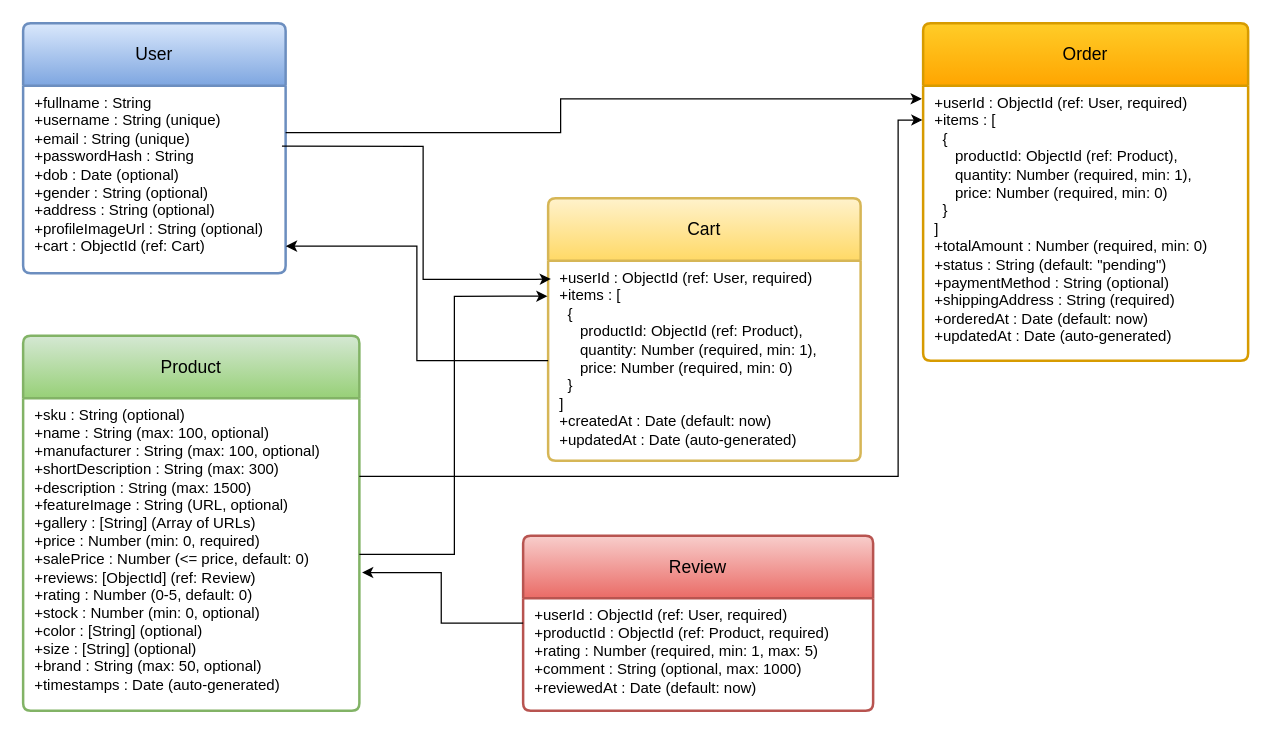
Above: Data Design.drawio in MuhammadHaris00/Diagrams (draw.io), before the change. Source tidied: cells renumbered, new cells numbered last; positions are measured from the earlier drawing's top-left corner, leaving out a move shared by most shapes. Both pictures are drawn from the tidied source at 125%, with x=0, y=0 at pixel (22, 22).
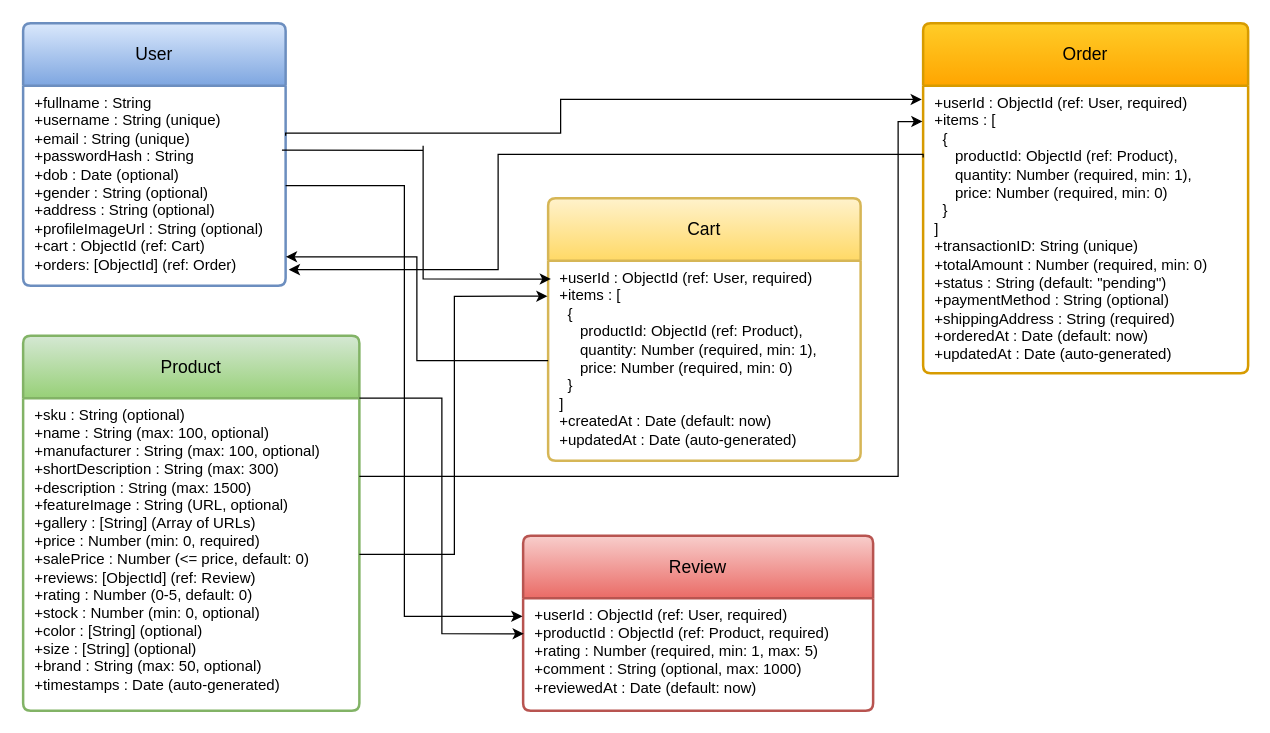
After the change.

Unchanged cells that the change refers to:
```xml
<mxCell id="5" value="&lt;div&gt;&amp;nbsp;+sku : String (optional)&amp;nbsp; &amp;nbsp; &amp;nbsp; &amp;nbsp; &amp;nbsp; &amp;nbsp; &amp;nbsp; &amp;nbsp; &amp;nbsp; &amp;nbsp;&lt;/div&gt;&lt;div&gt;&amp;nbsp;+name : String (max: 100, optional)&amp;nbsp; &amp;nbsp; &amp;nbsp; &amp;nbsp;&amp;nbsp;&lt;/div&gt;&lt;div&gt;&amp;nbsp;+manufacturer : String (max: 100, optional)&lt;/div&gt;&lt;div&gt;&amp;nbsp;+shortDescription : String (max: 300)&amp;nbsp; &amp;nbsp; &amp;nbsp;&amp;nbsp;&lt;/div&gt;&lt;div&gt;&amp;nbsp;+description : String (max: 1500)&amp;nbsp; &amp;nbsp; &amp;nbsp; &amp;nbsp; &amp;nbsp;&amp;nbsp;&lt;/div&gt;&lt;div&gt;&amp;nbsp;+featureImage : String (URL, optional)&amp;nbsp; &amp;nbsp; &amp;nbsp;&lt;/div&gt;&lt;div&gt;&amp;nbsp;+gallery : [String] (Array of URLs)&amp;nbsp; &amp;nbsp; &amp;nbsp; &amp;nbsp;&amp;nbsp;&lt;/div&gt;&lt;div&gt;&amp;nbsp;+price : Number (min: 0, required)&amp;nbsp; &amp;nbsp; &amp;nbsp; &amp;nbsp; &amp;nbsp;&lt;/div&gt;&lt;div&gt;&amp;nbsp;+salePrice : Number (&amp;lt;= price, default: 0)&amp;nbsp;&lt;/div&gt;&lt;div&gt;&amp;nbsp;+reviews: [ObjectId] (ref: Review)&amp;nbsp; &amp;nbsp;&lt;/div&gt;&lt;div&gt;&amp;nbsp;+rating : Number (0-5, default: 0)&amp;nbsp; &amp;nbsp; &amp;nbsp; &amp;nbsp; &amp;nbsp;&lt;/div&gt;&lt;div&gt;&amp;nbsp;+stock : Number (min: 0, optional)&amp;nbsp; &amp;nbsp; &amp;nbsp; &amp;nbsp; &amp;nbsp;&lt;/div&gt;&lt;div&gt;&amp;nbsp;+color : [String] (optional)&amp;nbsp; &amp;nbsp; &amp;nbsp; &amp;nbsp; &amp;nbsp; &amp;nbsp; &amp;nbsp; &amp;nbsp;&lt;/div&gt;&lt;div&gt;&amp;nbsp;+size : [String] (optional)&amp;nbsp; &amp;nbsp; &amp;nbsp; &amp;nbsp; &amp;nbsp; &amp;nbsp; &amp;nbsp; &amp;nbsp;&amp;nbsp;&lt;/div&gt;&lt;div&gt;&amp;nbsp;+brand : String (max: 50, optional)&amp;nbsp; &amp;nbsp; &amp;nbsp; &amp;nbsp;&amp;nbsp;&lt;/div&gt;&lt;div&gt;&amp;nbsp;+timestamps : Date (auto-generated)&amp;nbsp;&lt;/div&gt;" style="align=left;strokeColor=none;fillColor=none;spacingLeft=4;spacingRight=4;fontSize=12;verticalAlign=top;html=1;whiteSpace=wrap;" parent="4" vertex="1">
  <mxGeometry y="50" width="269" height="250" as="geometry" />
</mxCell>
<mxCell id="8" value="Review" style="swimlane;horizontal=1;startSize=50;rounded=1;fontSize=14;fontStyle=0;strokeWidth=2;shadow=0;dashed=0;align=center;arcSize=4;whiteSpace=wrap;html=1;fillColor=#f8cecc;gradientColor=#ea6b66;strokeColor=#b85450;" parent="1" vertex="1">
  <mxGeometry x="400" y="410" width="280" height="140" as="geometry" />
</mxCell>
<mxCell id="9" value="&lt;div&gt;&amp;nbsp;+userId : ObjectId (ref: User, required)&amp;nbsp; &amp;nbsp; &amp;nbsp; &amp;nbsp; &amp;nbsp;&lt;/div&gt;&lt;div&gt;&amp;nbsp;+productId : ObjectId (ref: Product, required)&amp;nbsp; &amp;nbsp;&lt;/div&gt;&lt;div&gt;&amp;nbsp;+rating : Number (required, min: 1, max: 5)&amp;nbsp; &amp;nbsp; &amp;nbsp;&amp;nbsp;&lt;/div&gt;&lt;div&gt;&amp;nbsp;+comment : String (optional, max: 1000)&amp;nbsp; &amp;nbsp; &amp;nbsp; &amp;nbsp; &amp;nbsp;&lt;/div&gt;&lt;div&gt;&amp;nbsp;+reviewedAt : Date (default: now)&amp;nbsp; &amp;nbsp; &amp;nbsp;&lt;/div&gt;" style="align=left;strokeColor=none;fillColor=none;spacingLeft=4;spacingRight=4;fontSize=12;verticalAlign=top;html=1;whiteSpace=wrap;" parent="8" vertex="1">
  <mxGeometry y="50" width="280" height="90" as="geometry" />
</mxCell>
```

Change to the diagram source:
```diff
@@
     <mxCell id="2" value="User" style="swimlane;horizontal=1;startSize=50;rounded=1;fontSize=14;fontStyle=0;strokeWidth=2;shadow=0;dashed=0;align=center;arcSize=4;whiteSpace=wrap;html=1;fillColor=#dae8fc;gradientColor=#7ea6e0;strokeColor=#6c8ebf;" parent="1" vertex="1">
-      <mxGeometry width="210" height="200" as="geometry" />
+      <mxGeometry width="210" height="210" as="geometry" />
     </mxCell>
-    <mxCell id="3" value="&lt;div&gt;&amp;nbsp;+fullname : String&amp;nbsp; &amp;nbsp; &amp;nbsp; &amp;nbsp; &amp;nbsp; &amp;nbsp;&amp;nbsp;&lt;/div&gt;&lt;div&gt;&amp;nbsp;+username : String (unique)&amp;nbsp; &amp;nbsp;&lt;/div&gt;&lt;div&gt;&amp;nbsp;+email : String (unique)&amp;nbsp; &amp;nbsp; &amp;nbsp;&amp;nbsp;&lt;/div&gt;&lt;div&gt;&amp;nbsp;+passwordHash : String&amp;nbsp; &amp;nbsp; &amp;nbsp; &amp;nbsp;&amp;nbsp;&lt;/div&gt;&lt;div&gt;&amp;nbsp;+dob : Date (optional)&amp;nbsp; &amp;nbsp; &amp;nbsp; &amp;nbsp;&amp;nbsp;&lt;/div&gt;&lt;div&gt;&amp;nbsp;+gender : String (optional)&amp;nbsp; &amp;nbsp;&lt;/div&gt;&lt;div&gt;&amp;nbsp;+address : String (optional)&amp;nbsp;&amp;nbsp;&lt;/div&gt;&lt;div&gt;&amp;nbsp;+profileImageUrl : String (optional)&amp;nbsp;&lt;/div&gt;&lt;div&gt;&amp;nbsp;+cart : ObjectId (ref: Cart)&amp;nbsp;&lt;/div&gt;" style="align=left;strokeColor=none;fillColor=none;spacingLeft=4;spacingRight=4;fontSize=12;verticalAlign=top;html=1;whiteSpace=wrap;" parent="2" vertex="1">
-      <mxGeometry y="50" width="210" height="150" as="geometry" />
+    <mxCell id="3" value="&lt;div&gt;&amp;nbsp;+fullname : String&amp;nbsp; &amp;nbsp; &amp;nbsp; &amp;nbsp; &amp;nbsp; &amp;nbsp;&amp;nbsp;&lt;/div&gt;&lt;div&gt;&amp;nbsp;+username : String (unique)&amp;nbsp; &amp;nbsp;&lt;/div&gt;&lt;div&gt;&amp;nbsp;+email : String (unique)&amp;nbsp; &amp;nbsp; &amp;nbsp;&amp;nbsp;&lt;/div&gt;&lt;div&gt;&amp;nbsp;+passwordHash : String&amp;nbsp; &amp;nbsp; &amp;nbsp; &amp;nbsp;&amp;nbsp;&lt;/div&gt;&lt;div&gt;&amp;nbsp;+dob : Date (optional)&amp;nbsp; &amp;nbsp; &amp;nbsp; &amp;nbsp;&amp;nbsp;&lt;/div&gt;&lt;div&gt;&amp;nbsp;+gender : String (optional)&amp;nbsp; &amp;nbsp;&lt;/div&gt;&lt;div&gt;&amp;nbsp;+address : String (optional)&amp;nbsp;&amp;nbsp;&lt;/div&gt;&lt;div&gt;&amp;nbsp;+profileImageUrl : String (optional)&amp;nbsp;&lt;/div&gt;&lt;div&gt;&amp;nbsp;+cart : ObjectId (ref: Cart)&amp;nbsp;&lt;/div&gt;&lt;div&gt;&amp;nbsp;+orders: [ObjectId] (ref: Order)&lt;/div&gt;" style="align=left;strokeColor=none;fillColor=none;spacingLeft=4;spacingRight=4;fontSize=12;verticalAlign=top;html=1;whiteSpace=wrap;" parent="2" vertex="1">
+      <mxGeometry y="50" width="210" height="160" as="geometry" />
     </mxCell>
@@
     <mxCell id="6" value="Order" style="swimlane;horizontal=1;startSize=50;rounded=1;fontSize=14;fontStyle=0;strokeWidth=2;shadow=0;dashed=0;align=center;arcSize=4;whiteSpace=wrap;html=1;fillColor=#ffcd28;gradientColor=#ffa500;strokeColor=#d79b00;" parent="1" vertex="1">
-      <mxGeometry x="720" width="260" height="270" as="geometry" />
+      <mxGeometry x="720" width="260" height="280" as="geometry" />
     </mxCell>
-    <mxCell id="7" value="&lt;div&gt;&amp;nbsp;+userId : ObjectId (ref: User, required)&amp;nbsp; &amp;nbsp; &amp;nbsp; &amp;nbsp; &amp;nbsp;&lt;/div&gt;&lt;div&gt;&amp;nbsp;&lt;span style=&quot;background-color: transparent;&quot;&gt;+items : [&amp;nbsp; &amp;nbsp; &amp;nbsp; &amp;nbsp; &amp;nbsp; &amp;nbsp; &amp;nbsp; &amp;nbsp; &amp;nbsp; &amp;nbsp; &amp;nbsp; &amp;nbsp; &amp;nbsp; &amp;nbsp; &amp;nbsp; &amp;nbsp; &amp;nbsp; &amp;nbsp; &amp;nbsp; &amp;nbsp;&lt;/span&gt;&lt;/div&gt;&lt;div&gt;&amp;nbsp; &amp;nbsp;{&amp;nbsp; &amp;nbsp; &amp;nbsp; &amp;nbsp; &amp;nbsp; &amp;nbsp; &amp;nbsp; &amp;nbsp; &amp;nbsp; &amp;nbsp; &amp;nbsp; &amp;nbsp; &amp;nbsp; &amp;nbsp; &amp;nbsp; &amp;nbsp; &amp;nbsp; &amp;nbsp; &amp;nbsp; &amp;nbsp; &amp;nbsp; &amp;nbsp; &amp;nbsp;&lt;/div&gt;&lt;div&gt;&amp;nbsp; &amp;nbsp; &amp;nbsp; productId: ObjectId (ref: Product),&amp;nbsp; &amp;nbsp; &amp;nbsp; &amp;nbsp;&amp;nbsp;&lt;/div&gt;&lt;div&gt;&amp;nbsp; &amp;nbsp; &amp;nbsp; quantity: Number (required, min: 1),&amp;nbsp; &amp;nbsp; &amp;nbsp; &amp;nbsp;&lt;/div&gt;&lt;div&gt;&amp;nbsp; &amp;nbsp; &amp;nbsp; price: Number (required, min: 0)&amp;nbsp; &amp;nbsp; &amp;nbsp; &amp;nbsp; &amp;nbsp; &amp;nbsp;&lt;/div&gt;&lt;div&gt;&amp;nbsp; &amp;nbsp;}&amp;nbsp; &amp;nbsp; &amp;nbsp; &amp;nbsp; &amp;nbsp; &amp;nbsp; &amp;nbsp; &amp;nbsp; &amp;nbsp; &amp;nbsp; &amp;nbsp; &amp;nbsp; &amp;nbsp; &amp;nbsp; &amp;nbsp; &amp;nbsp; &amp;nbsp; &amp;nbsp; &amp;nbsp; &amp;nbsp; &amp;nbsp; &amp;nbsp; &amp;nbsp;&lt;/div&gt;&lt;div&gt;&amp;nbsp;]&amp;nbsp;&lt;/div&gt;&lt;div&gt;&amp;nbsp;+totalAmount : Number (required, min: 0)&amp;nbsp; &amp;nbsp; &amp;nbsp; &amp;nbsp;&amp;nbsp;&lt;/div&gt;&lt;div&gt;&amp;nbsp;+status : String (default: &quot;pending&quot;)&amp;nbsp; &amp;nbsp; &amp;nbsp; &amp;nbsp; &amp;nbsp; &amp;nbsp;&lt;/div&gt;&lt;div&gt;&amp;nbsp;+paymentMethod : String (optional)&amp;nbsp; &amp;nbsp; &amp;nbsp; &amp;nbsp; &amp;nbsp; &amp;nbsp; &amp;nbsp;&amp;nbsp;&lt;/div&gt;&lt;div&gt;&amp;nbsp;+shippingAddress : String (required)&amp;nbsp; &amp;nbsp; &amp;nbsp; &amp;nbsp; &amp;nbsp; &amp;nbsp;&amp;nbsp;&lt;/div&gt;&lt;div&gt;&amp;nbsp;+orderedAt : Date (default: now)&amp;nbsp; &amp;nbsp; &amp;nbsp; &amp;nbsp; &amp;nbsp; &amp;nbsp; &amp;nbsp; &amp;nbsp;&amp;nbsp;&lt;/div&gt;&lt;div&gt;&amp;nbsp;+updatedAt : Date (auto-generated)&amp;nbsp;&lt;/div&gt;" style="align=left;strokeColor=none;fillColor=none;spacingLeft=4;spacingRight=4;fontSize=12;verticalAlign=top;html=1;whiteSpace=wrap;" parent="6" vertex="1">
-      <mxGeometry y="50" width="260" height="220" as="geometry" />
+    <mxCell id="7" value="&lt;div&gt;&amp;nbsp;+userId : ObjectId (ref: User, required)&amp;nbsp; &amp;nbsp; &amp;nbsp; &amp;nbsp; &amp;nbsp;&lt;/div&gt;&lt;div&gt;&amp;nbsp;&lt;span style=&quot;background-color: transparent;&quot;&gt;+items : [&amp;nbsp; &amp;nbsp; &amp;nbsp; &amp;nbsp; &amp;nbsp; &amp;nbsp; &amp;nbsp; &amp;nbsp; &amp;nbsp; &amp;nbsp; &amp;nbsp; &amp;nbsp; &amp;nbsp; &amp;nbsp; &amp;nbsp; &amp;nbsp; &amp;nbsp; &amp;nbsp; &amp;nbsp; &amp;nbsp;&lt;/span&gt;&lt;/div&gt;&lt;div&gt;&amp;nbsp; &amp;nbsp;{&amp;nbsp; &amp;nbsp; &amp;nbsp; &amp;nbsp; &amp;nbsp; &amp;nbsp; &amp;nbsp; &amp;nbsp; &amp;nbsp; &amp;nbsp; &amp;nbsp; &amp;nbsp; &amp;nbsp; &amp;nbsp; &amp;nbsp; &amp;nbsp; &amp;nbsp; &amp;nbsp; &amp;nbsp; &amp;nbsp; &amp;nbsp; &amp;nbsp; &amp;nbsp;&lt;/div&gt;&lt;div&gt;&amp;nbsp; &amp;nbsp; &amp;nbsp; productId: ObjectId (ref: Product),&amp;nbsp; &amp;nbsp; &amp;nbsp; &amp;nbsp;&amp;nbsp;&lt;/div&gt;&lt;div&gt;&amp;nbsp; &amp;nbsp; &amp;nbsp; quantity: Number (required, min: 1),&amp;nbsp; &amp;nbsp; &amp;nbsp; &amp;nbsp;&lt;/div&gt;&lt;div&gt;&amp;nbsp; &amp;nbsp; &amp;nbsp; price: Number (required, min: 0)&amp;nbsp; &amp;nbsp; &amp;nbsp; &amp;nbsp; &amp;nbsp; &amp;nbsp;&lt;/div&gt;&lt;div&gt;&amp;nbsp; &amp;nbsp;}&amp;nbsp; &amp;nbsp; &amp;nbsp; &amp;nbsp; &amp;nbsp; &amp;nbsp; &amp;nbsp; &amp;nbsp; &amp;nbsp; &amp;nbsp; &amp;nbsp; &amp;nbsp; &amp;nbsp; &amp;nbsp; &amp;nbsp; &amp;nbsp; &amp;nbsp; &amp;nbsp; &amp;nbsp; &amp;nbsp; &amp;nbsp; &amp;nbsp; &amp;nbsp;&lt;/div&gt;&lt;div&gt;&amp;nbsp;]&amp;nbsp;&lt;/div&gt;&lt;div&gt;&amp;nbsp;+transactionID: String (unique)&lt;/div&gt;&lt;div&gt;&amp;nbsp;+totalAmount : Number (required, min: 0)&amp;nbsp; &amp;nbsp; &amp;nbsp; &amp;nbsp;&amp;nbsp;&lt;/div&gt;&lt;div&gt;&amp;nbsp;+status : String (default: &quot;pending&quot;)&amp;nbsp; &amp;nbsp; &amp;nbsp; &amp;nbsp; &amp;nbsp; &amp;nbsp;&lt;/div&gt;&lt;div&gt;&amp;nbsp;+paymentMethod : String (optional)&amp;nbsp; &amp;nbsp; &amp;nbsp; &amp;nbsp; &amp;nbsp; &amp;nbsp; &amp;nbsp;&amp;nbsp;&lt;/div&gt;&lt;div&gt;&amp;nbsp;+shippingAddress : String (required)&amp;nbsp; &amp;nbsp; &amp;nbsp; &amp;nbsp; &amp;nbsp; &amp;nbsp;&amp;nbsp;&lt;/div&gt;&lt;div&gt;&amp;nbsp;+orderedAt : Date (default: now)&amp;nbsp; &amp;nbsp; &amp;nbsp; &amp;nbsp; &amp;nbsp; &amp;nbsp; &amp;nbsp; &amp;nbsp;&amp;nbsp;&lt;/div&gt;&lt;div&gt;&amp;nbsp;+updatedAt : Date (auto-generated)&amp;nbsp;&lt;/div&gt;" style="align=left;strokeColor=none;fillColor=none;spacingLeft=4;spacingRight=4;fontSize=12;verticalAlign=top;html=1;whiteSpace=wrap;" parent="6" vertex="1">
+      <mxGeometry y="50" width="260" height="230" as="geometry" />
     </mxCell>
@@
-    <mxCell id="15" style="edgeStyle=orthogonalEdgeStyle;rounded=0;jettySize=auto;html=1;entryX=1.008;entryY=0.558;entryDx=0;entryDy=0;entryPerimeter=0;" parent="1" edge="1" source="8" target="5">
-      <mxGeometry relative="1" as="geometry" />
-    </mxCell>
@@
+    <mxCell id="18" style="edgeStyle=orthogonalEdgeStyle;rounded=0;jettySize=auto;html=1;exitX=0;exitY=0.25;exitDx=0;exitDy=0;entryX=1.012;entryY=0.92;entryDx=0;entryDy=0;entryPerimeter=0;" parent="1" edge="1" source="7" target="3">
+      <mxGeometry relative="1" as="geometry">
+        <Array as="points">
+          <mxPoint x="380" y="105" />
+          <mxPoint x="380" y="197" />
+        </Array>
+      </mxGeometry>
+    </mxCell>
+    <mxCell id="19" style="edgeStyle=orthogonalEdgeStyle;rounded=0;jettySize=auto;html=1;exitX=1;exitY=0.5;exitDx=0;exitDy=0;entryX=-0.002;entryY=0.162;entryDx=0;entryDy=0;entryPerimeter=0;" parent="1" edge="1" source="3" target="9">
+      <mxGeometry relative="1" as="geometry" />
+    </mxCell>
+    <mxCell id="20" style="edgeStyle=orthogonalEdgeStyle;rounded=0;jettySize=auto;html=1;exitX=1;exitY=0;exitDx=0;exitDy=0;entryX=0.002;entryY=0.317;entryDx=0;entryDy=0;entryPerimeter=0;" parent="1" edge="1" source="5" target="9">
+      <mxGeometry relative="1" as="geometry">
+        <Array as="points">
+          <mxPoint x="335" y="300" />
+          <mxPoint x="335" y="489" />
+        </Array>
+      </mxGeometry>
+    </mxCell>
```
